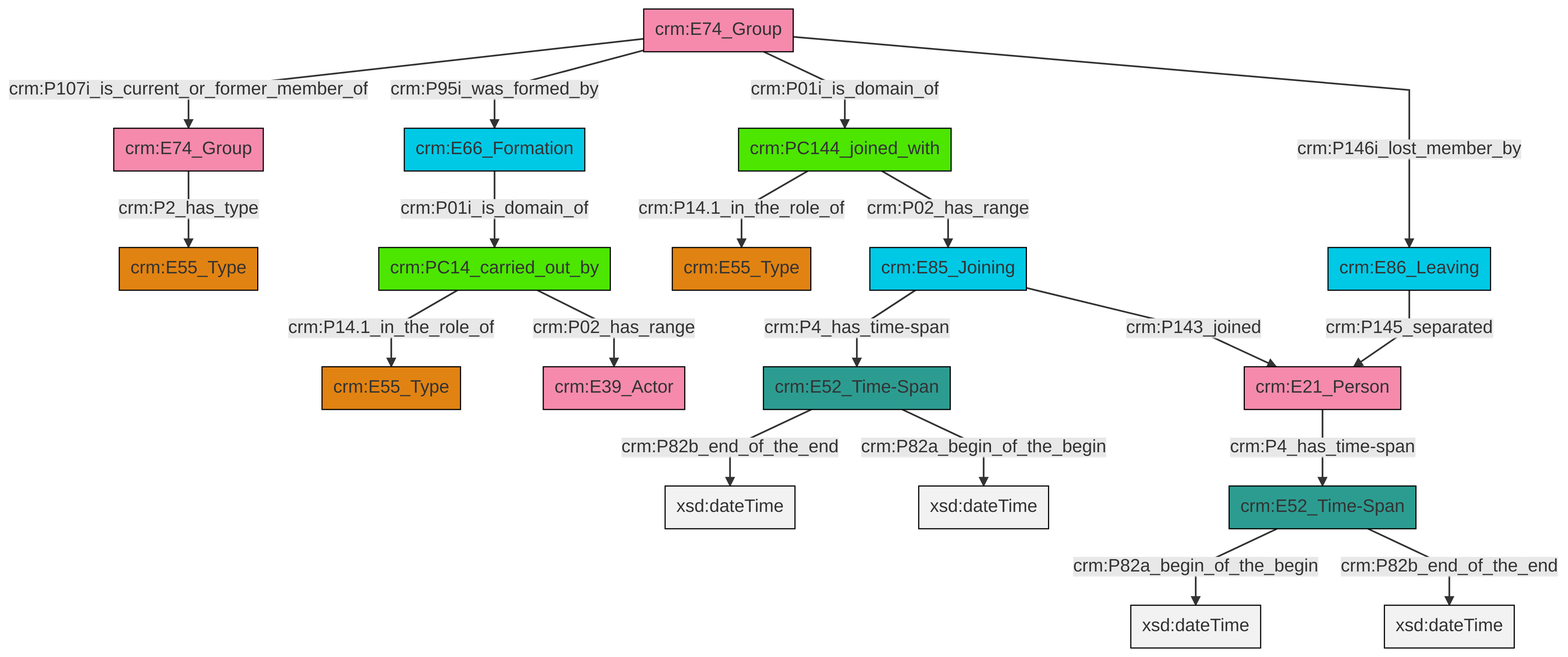
This is et/groupCSV/ttl/mmd/png/group_actor_relations.png from swiss-art-research-net/reference-data-models, a Mermaid export, as it was before one commit. Its source is kept beside it as et/groupCSV/ttl/mmd/group_actor_relations.ttl.mmd.
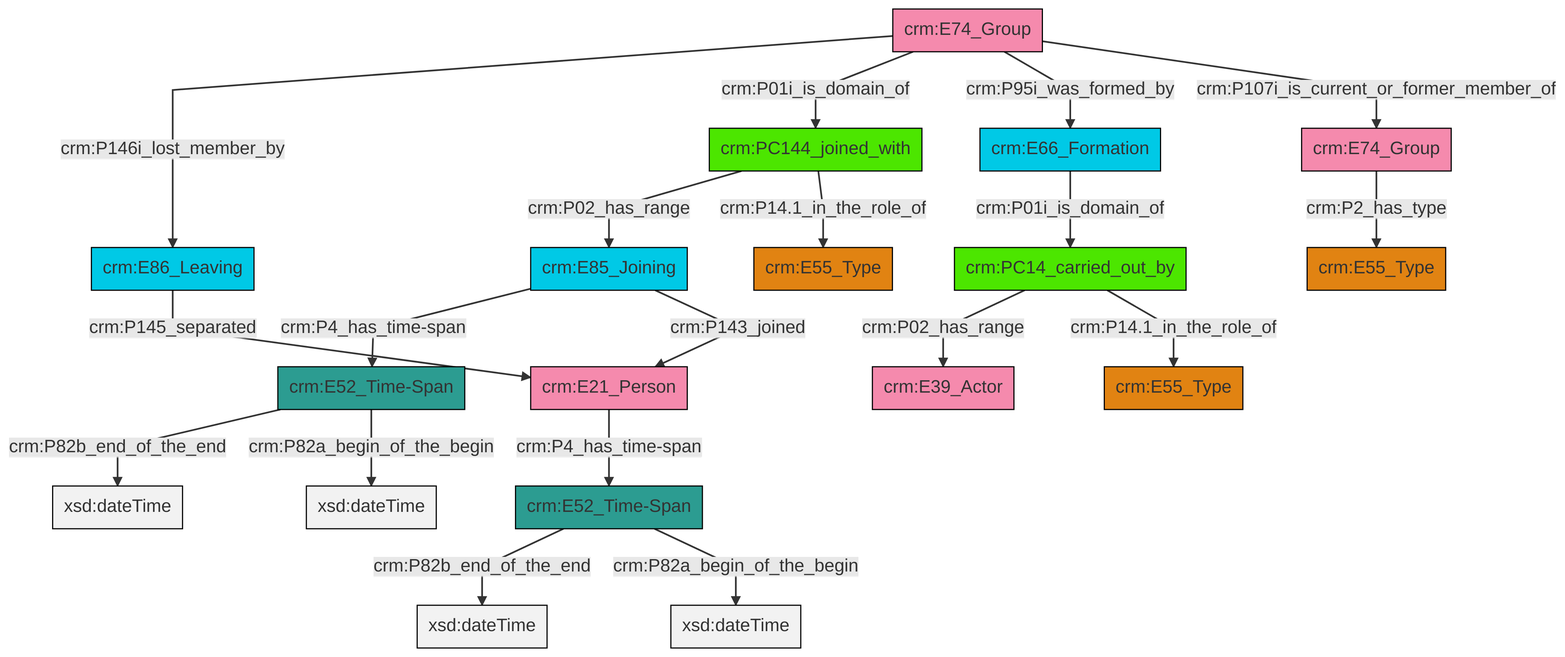
Above is the later version.

The edit, as a diff of the source:
```diff
@@ -13,21 +13,21 @@
 classDef PC_Classes fill:#4ce600, stroke:#000000;
 classDef Multi fill:#cccccc,stroke:#000000;
 
-2["crm:E74_Group"]:::Actor -->|crm:P107i_is_current_or_former_member_of| 3["crm:E74_Group"]:::Actor
-6["crm:E86_Leaving"]:::Temporal_Entity -->|crm:P145_separated| 7["crm:E21_Person"]:::Actor
-2["crm:E74_Group"]:::Actor -->|crm:P95i_was_formed_by| 8["crm:E66_Formation"]:::Temporal_Entity
-11["crm:E52_Time-Span"]:::Time-Span -->|crm:P82a_begin_of_the_begin| 12[xsd:dateTime]:::Literal
-13["crm:PC144_joined_with"]:::PC_Classes -->|crm:P14.1_in_the_role_of| 14["crm:E55_Type"]:::Type
-13["crm:PC144_joined_with"]:::PC_Classes -->|crm:P02_has_range| 15["crm:E85_Joining"]:::Temporal_Entity
-15["crm:E85_Joining"]:::Temporal_Entity -->|crm:P4_has_time-span| 0["crm:E52_Time-Span"]:::Time-Span
-2["crm:E74_Group"]:::Actor -->|crm:P01i_is_domain_of| 13["crm:PC144_joined_with"]:::PC_Classes
-8["crm:E66_Formation"]:::Temporal_Entity -->|crm:P01i_is_domain_of| 17["crm:PC14_carried_out_by"]:::PC_Classes
-2["crm:E74_Group"]:::Actor -->|crm:P146i_lost_member_by| 6["crm:E86_Leaving"]:::Temporal_Entity
-3["crm:E74_Group"]:::Actor -->|crm:P2_has_type| 9["crm:E55_Type"]:::Type
-0["crm:E52_Time-Span"]:::Time-Span -->|crm:P82b_end_of_the_end| 28[xsd:dateTime]:::Literal
-0["crm:E52_Time-Span"]:::Time-Span -->|crm:P82a_begin_of_the_begin| 31[xsd:dateTime]:::Literal
-7["crm:E21_Person"]:::Actor -->|crm:P4_has_time-span| 11["crm:E52_Time-Span"]:::Time-Span
-17["crm:PC14_carried_out_by"]:::PC_Classes -->|crm:P14.1_in_the_role_of| 4["crm:E55_Type"]:::Type
-17["crm:PC14_carried_out_by"]:::PC_Classes -->|crm:P02_has_range| 19["crm:E39_Actor"]:::Actor
-15["crm:E85_Joining"]:::Temporal_Entity -->|crm:P143_joined| 7["crm:E21_Person"]:::Actor
-11["crm:E52_Time-Span"]:::Time-Span -->|crm:P82b_end_of_the_end| 34[xsd:dateTime]:::Literal
+0["crm:E74_Group"]:::Actor -->|crm:P146i_lost_member_by| 1["crm:E86_Leaving"]:::Temporal_Entity
+6["crm:E74_Group"]:::Actor -->|crm:P2_has_type| 8["crm:E55_Type"]:::Type
+0["crm:E74_Group"]:::Actor -->|crm:P01i_is_domain_of| 17["crm:PC144_joined_with"]:::PC_Classes
+17["crm:PC144_joined_with"]:::PC_Classes -->|crm:P02_has_range| 18["crm:E85_Joining"]:::Temporal_Entity
+10["crm:E52_Time-Span"]:::Time-Span -->|crm:P82b_end_of_the_end| 19[xsd:dateTime]:::Literal
+4["crm:E52_Time-Span"]:::Time-Span -->|crm:P82b_end_of_the_end| 20[xsd:dateTime]:::Literal
+25["crm:E21_Person"]:::Actor -->|crm:P4_has_time-span| 4["crm:E52_Time-Span"]:::Time-Span
+0["crm:E74_Group"]:::Actor -->|crm:P95i_was_formed_by| 21["crm:E66_Formation"]:::Temporal_Entity
+15["crm:PC14_carried_out_by"]:::PC_Classes -->|crm:P02_has_range| 2["crm:E39_Actor"]:::Actor
+17["crm:PC144_joined_with"]:::PC_Classes -->|crm:P14.1_in_the_role_of| 12["crm:E55_Type"]:::Type
+18["crm:E85_Joining"]:::Temporal_Entity -->|crm:P4_has_time-span| 10["crm:E52_Time-Span"]:::Time-Span
+21["crm:E66_Formation"]:::Temporal_Entity -->|crm:P01i_is_domain_of| 15["crm:PC14_carried_out_by"]:::PC_Classes
+15["crm:PC14_carried_out_by"]:::PC_Classes -->|crm:P14.1_in_the_role_of| 23["crm:E55_Type"]:::Type
+10["crm:E52_Time-Span"]:::Time-Span -->|crm:P82a_begin_of_the_begin| 26[xsd:dateTime]:::Literal
+0["crm:E74_Group"]:::Actor -->|crm:P107i_is_current_or_former_member_of| 6["crm:E74_Group"]:::Actor
+1["crm:E86_Leaving"]:::Temporal_Entity -->|crm:P145_separated| 25["crm:E21_Person"]:::Actor
+18["crm:E85_Joining"]:::Temporal_Entity -->|crm:P143_joined| 25["crm:E21_Person"]:::Actor
+4["crm:E52_Time-Span"]:::Time-Span -->|crm:P82a_begin_of_the_begin| 34[xsd:dateTime]:::Literal
```
